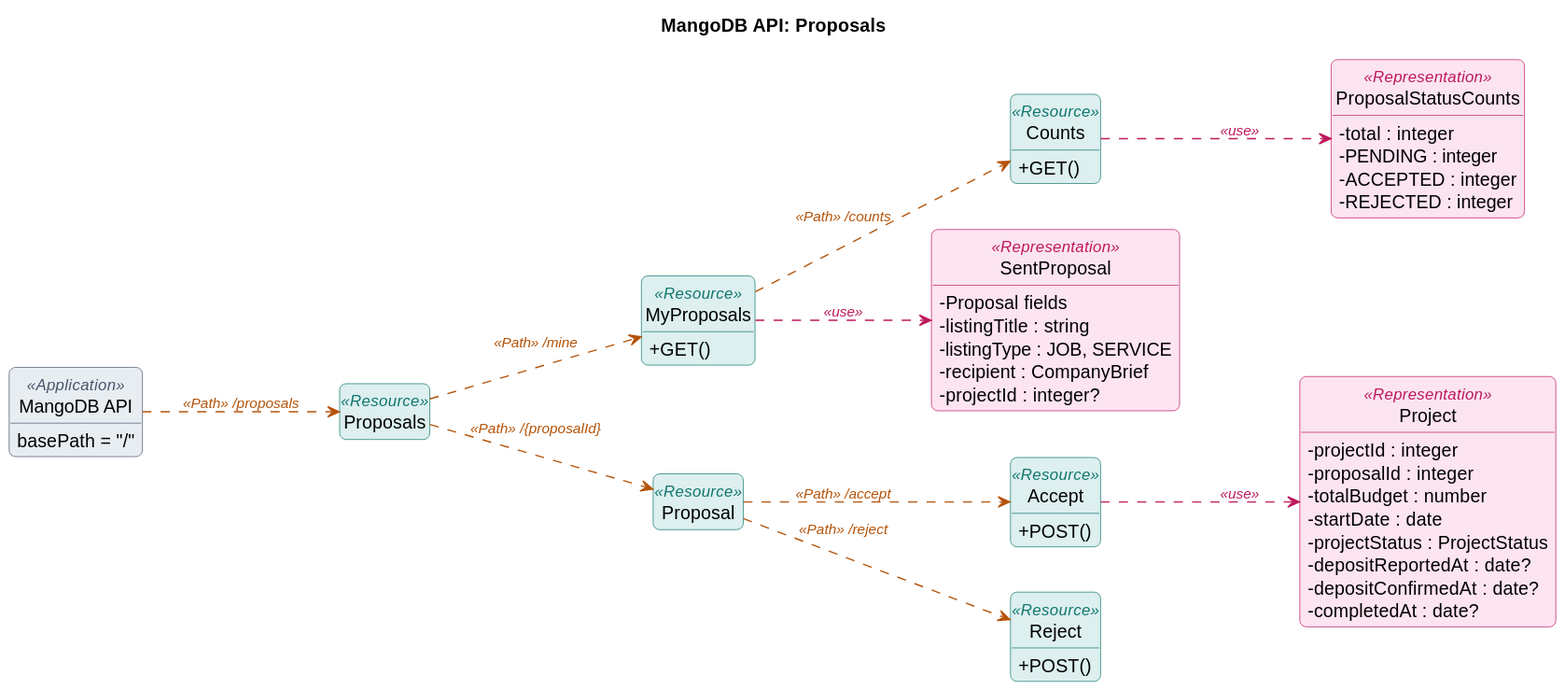
Above: docs/api/uml/proposals.svg in taofuuu/MangoDB (PlantUML), before the change.
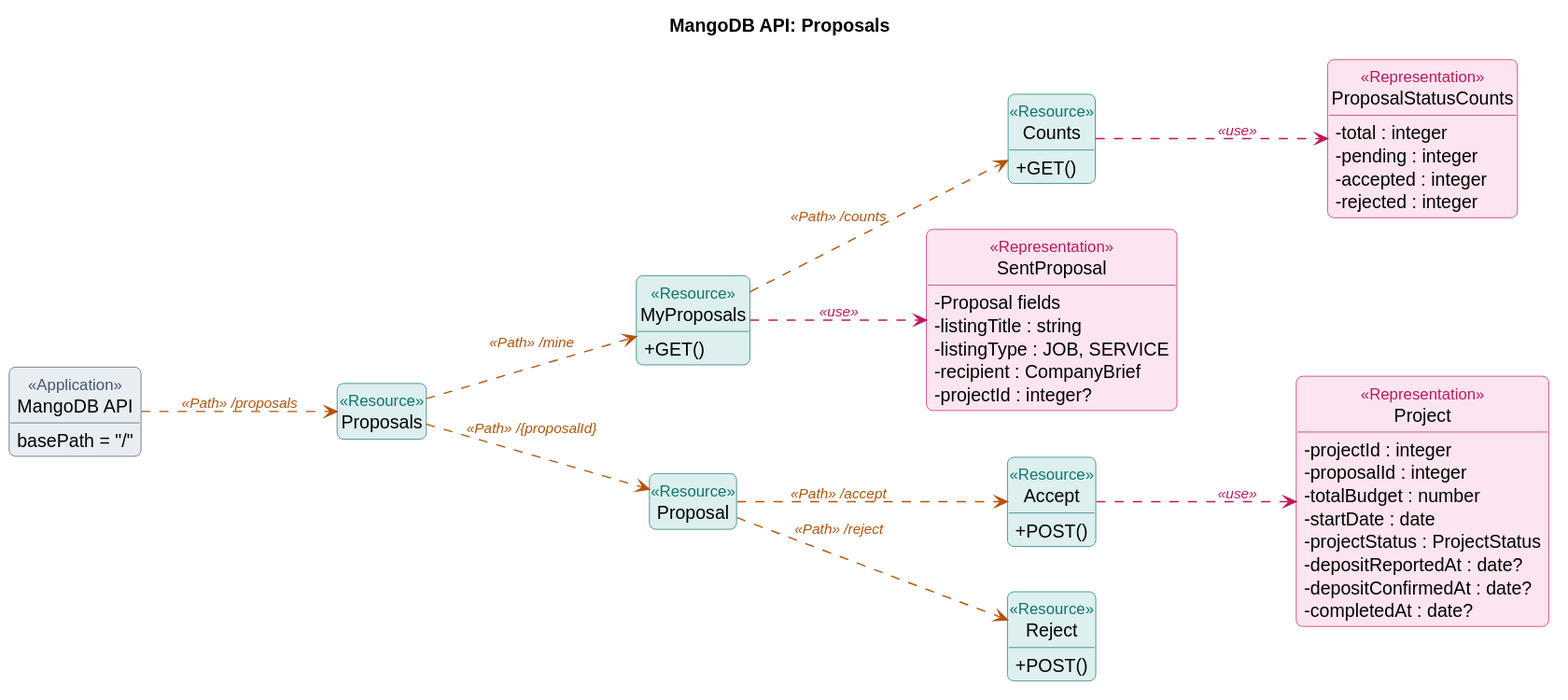
Later version of the same file.

Commit message:
docs(api): lowercase the proposal status counts in the UML

The API sends total, pending, accepted, rejected (ProposalStatusCounts).

The edit, as a diff of the source:
```diff
@@ -47,9 +47,9 @@
 }
 class "ProposalStatusCounts" as ProposalStatusCountsRep <<Representation>> {
   -total : integer
-  -PENDING : integer
-  -ACCEPTED : integer
-  -REJECTED : integer
+  -pending : integer
+  -accepted : integer
+  -rejected : integer
 }
 class "Project" as ProjectRep <<Representation>> {
   -projectId : integer
```
